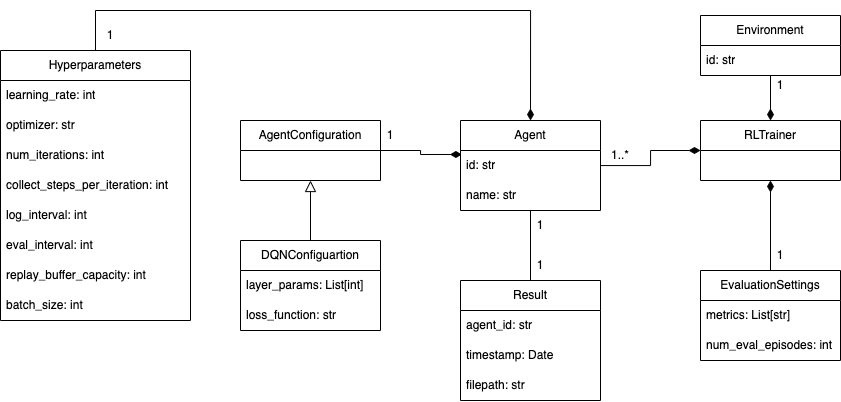
danielcesario22/BSP5 keeps this draw.io diagram as doc/source/img/rl_metamodel.png. Above is the earlier version. Source tidied: cells renumbered, new cells last; positions are measured from the earlier drawing's top-left corner, leaving out a move shared by most shapes.
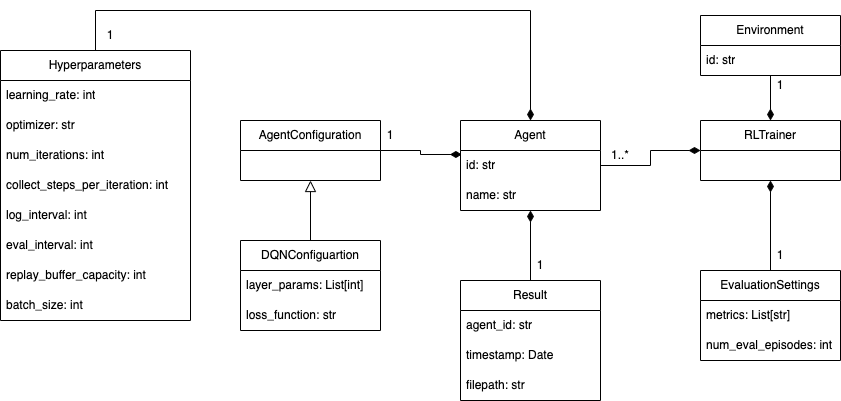
Above is the later version.

Commit message:
Metamodel update + saving functionality added

Diff of the diagram source:
```diff
@@ -8,7 +8,7 @@
     <mxCell id="3" style="edgeStyle=orthogonalEdgeStyle;rounded=0;jettySize=auto;html=1;entryX=0;entryY=0.5;entryDx=0;entryDy=0;endArrow=diamondThin;endFill=1;strokeWidth=1;endSize=9;" parent="1" edge="1" source="5" target="2">
       <mxGeometry relative="1" as="geometry" />
     </mxCell>
-    <mxCell id="4" style="edgeStyle=orthogonalEdgeStyle;rounded=0;jettySize=auto;html=1;entryX=0.5;entryY=0;entryDx=0;entryDy=0;endArrow=none;endFill=0;" parent="1" edge="1" source="5" target="31">
+    <mxCell id="4" style="edgeStyle=orthogonalEdgeStyle;rounded=0;jettySize=auto;html=1;entryX=0.5;entryY=0;entryDx=0;entryDy=0;endArrow=none;endFill=0;startArrow=diamondThin;startFill=1;endSize=9;startSize=9;" parent="1" edge="1" source="5" target="31">
       <mxGeometry relative="1" as="geometry" />
     </mxCell>
     <mxCell id="5" value="Agent" style="swimlane;fontStyle=0;horizontal=1;startSize=30;whiteSpace=wrap;html=1;" parent="1" vertex="1">
@@ -106,9 +106,6 @@
     <mxCell id="34" value="filepath: str" style="text;strokeColor=none;fillColor=none;align=left;verticalAlign=middle;spacingLeft=4;spacingRight=4;overflow=hidden;whiteSpace=wrap;html=1;" parent="31" vertex="1">
       <mxGeometry y="90" width="140" height="30" as="geometry" />
     </mxCell>
-    <mxCell id="35" value="1" style="text;html=1;align=center;verticalAlign=middle;whiteSpace=wrap;rounded=0;" parent="1" vertex="1">
-      <mxGeometry x="510" y="200" width="60" height="30" as="geometry" />
-    </mxCell>
     <mxCell id="36" value="1" style="text;html=1;align=center;verticalAlign=middle;whiteSpace=wrap;rounded=0;" parent="1" vertex="1">
       <mxGeometry x="510" y="240" width="60" height="30" as="geometry" />
     </mxCell>
```
